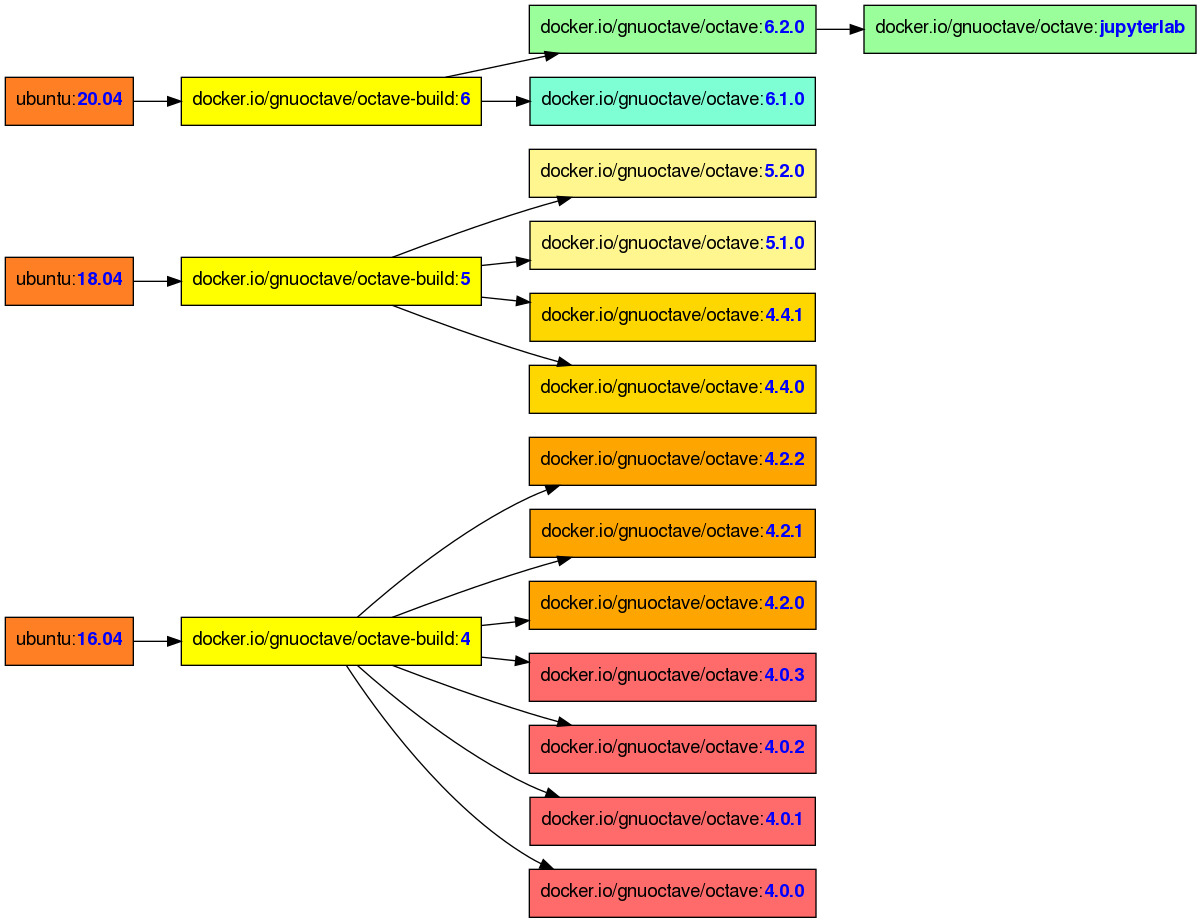
gnu-octave/docker keeps this Graphviz diagram as doc/docker_image_hierachy.png. Above is the earlier version. Its source is kept beside it as doc/docker_image_hierachy.dot.
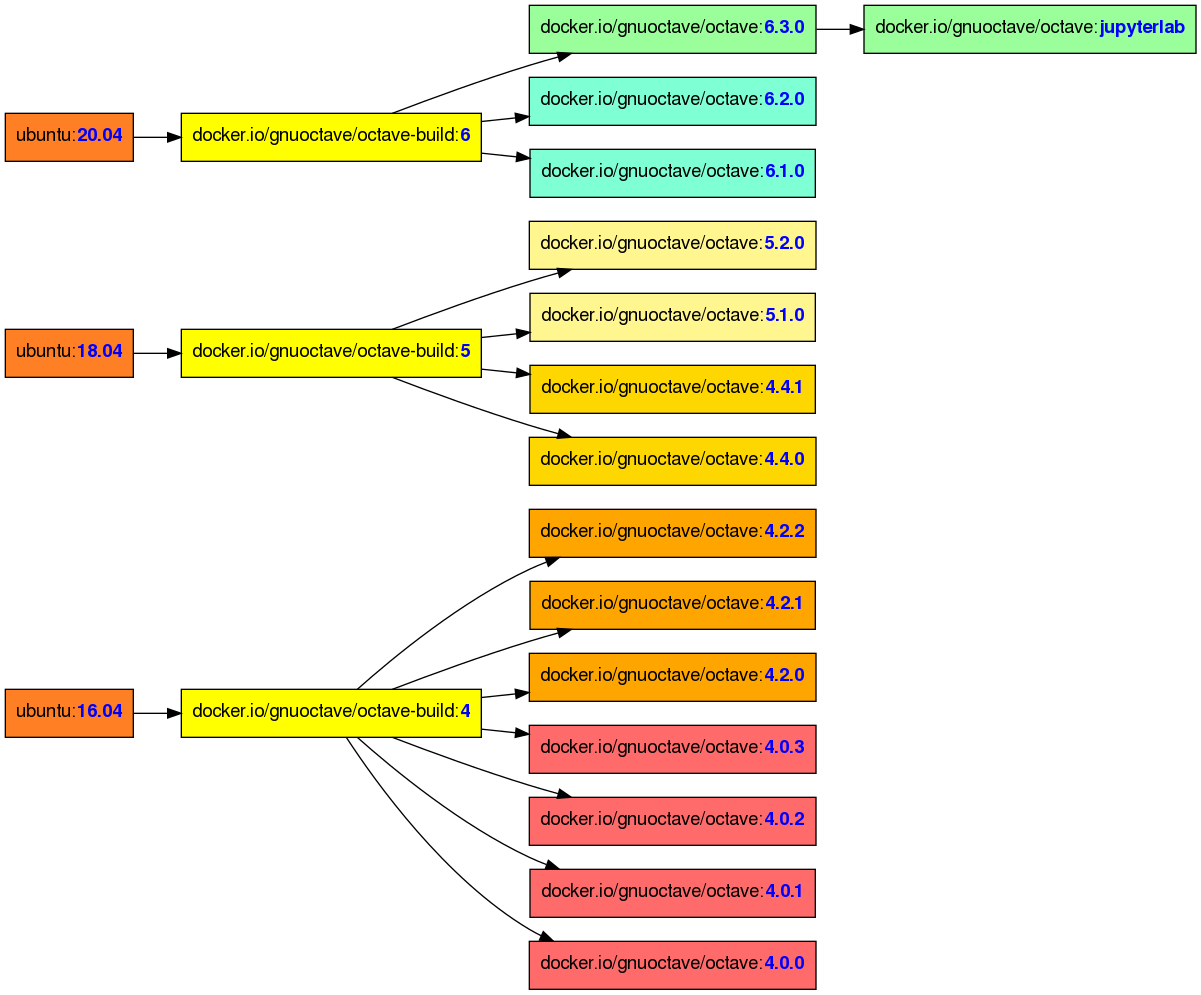
After the change.

The edit, as a diff of the source:
```diff
@@ -16,8 +16,9 @@
   node [fillcolor=palegreen1];
   jupyterlab [label=<docker.io/gnuoctave/octave:<B><FONT color='blue'>jupyterlab</FONT></B>>];
   { rank = same;
+  v630 [label=<docker.io/gnuoctave/octave:<B><FONT color='blue'>6.3.0</FONT></B>>];
+  node [fillcolor=aquamarine];
   v620 [label=<docker.io/gnuoctave/octave:<B><FONT color='blue'>6.2.0</FONT></B>>];
-  node [fillcolor=aquamarine];
   v610 [label=<docker.io/gnuoctave/octave:<B><FONT color='blue'>6.1.0</FONT></B>>];
   node [fillcolor=khaki1];
   v520 [label=<docker.io/gnuoctave/octave:<B><FONT color='blue'>5.2.0</FONT></B>>];
@@ -35,7 +36,8 @@
   v401 [label=<docker.io/gnuoctave/octave:<B><FONT color='blue'>4.0.1</FONT></B>>];
   v400 [label=<docker.io/gnuoctave/octave:<B><FONT color='blue'>4.0.0</FONT></B>>];
   }
-  ubuntu2004 -> b6 -> v620  -> jupyterlab
+  ubuntu2004 -> b6 -> v630  -> jupyterlab
+                b6 -> v620
                 b6 -> v610
   ubuntu1804 -> b5 -> v520
                 b5 -> v510
@@ -49,6 +51,9 @@
                 b4 -> v401
                 b4 -> v400
   b6 -> b5 -> b4 [style=invis]
-  v620 -> v610 -> v520 -> v510 -> v441 -> v440 -> v422 -> v421 -> v420
+  v630 -> v620 -> v610
+       -> v520 -> v510
+       -> v441 -> v440
+       -> v422 -> v421 -> v420
        -> v403 -> v402 -> v401 -> v400 [style=invis]
 }
```
